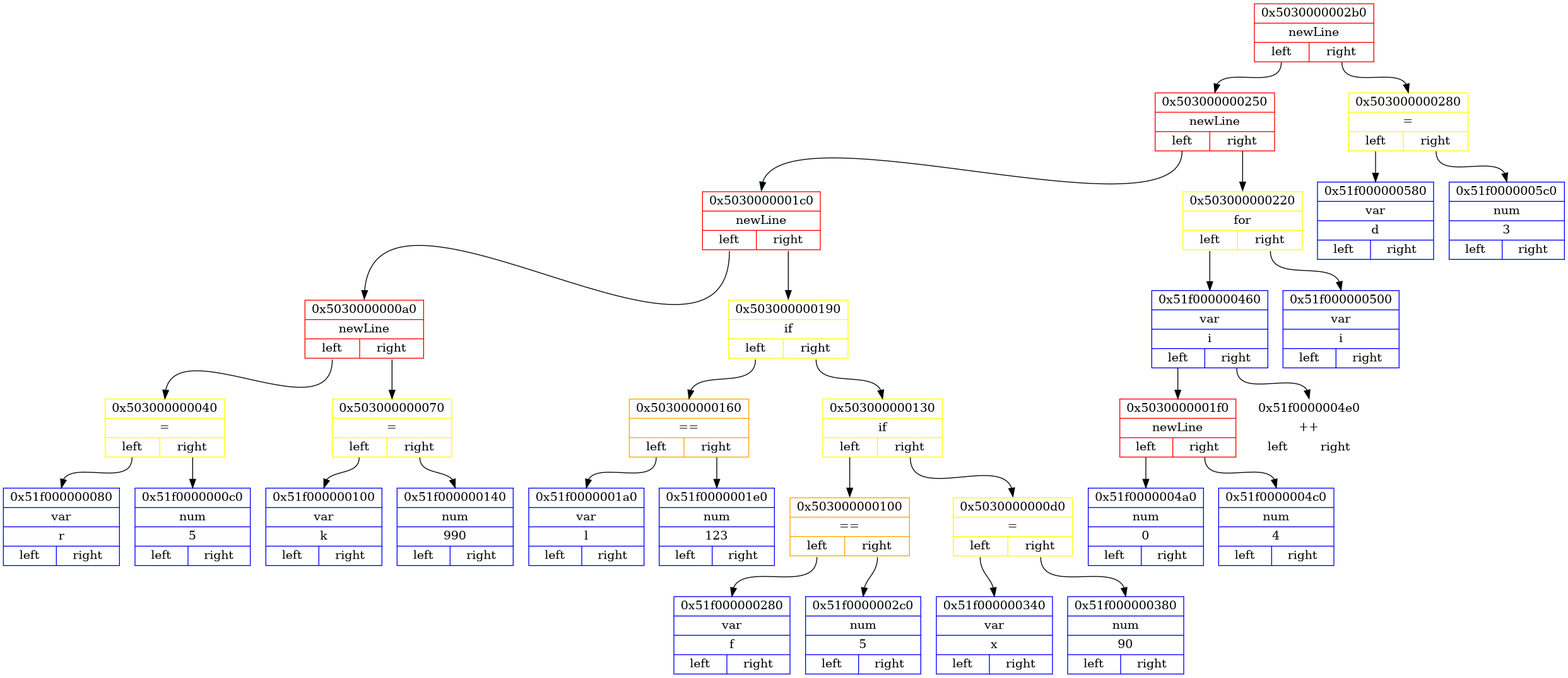
Earlier version of the Graphviz export png_files/predprocessingTree.dot.png (Matvey787/myProgLanguage). Its source is kept beside it as predprocessingTree.dot.
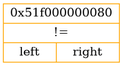
The same diagram one commit later.

The edit, as a diff of the source:
```diff
@@ -2,65 +2,5 @@
 {
 rankdir=HR;
 
-node0x5030000002b0 [ shape=record, color = red rank = 1, label= "{ 0x5030000002b0 | newLine | {<n0x5030000002b0_l> left | <n0x5030000002b0_r> right}} " ];
-node0x503000000250 [ shape=record, color = red rank = 2, label= "{ 0x503000000250 | newLine | {<n0x503000000250_l> left | <n0x503000000250_r> right}} " ];
-node0x5030000001c0 [ shape=record, color = red rank = 3, label= "{ 0x5030000001c0 | newLine | {<n0x5030000001c0_l> left | <n0x5030000001c0_r> right}} " ];
-node0x5030000000a0 [ shape=record, color = red rank = 4, label= "{ 0x5030000000a0 | newLine | {<n0x5030000000a0_l> left | <n0x5030000000a0_r> right}} " ];
-node0x503000000040 [ shape=record, color = yellow rank = 5, label= "{ 0x503000000040 | = | {<n0x503000000040_l> left | <n0x503000000040_r> right}} " ];
-node0x51f000000080 [ shape=record, color = blue rank = 6, label= "{ 0x51f000000080 | var | r | {<n0x51f000000080_l> left | <n0x51f000000080_r> right}} " ];
-node0x503000000040:<n0x503000000040_l>:s -> node0x51f000000080:n [ color = black; ]
-node0x51f0000000c0 [ shape=record, color = blue rank = 7, label= "{ 0x51f0000000c0 | num | 5 | {<n0x51f0000000c0_l> left | <n0x51f0000000c0_r> right}} " ];
-node0x503000000040:<n0x503000000040_r>:s -> node0x51f0000000c0:n [ color = black; ]
-node0x5030000000a0:<n0x5030000000a0_l>:s -> node0x503000000040:n [ color = black; ]
-node0x503000000070 [ shape=record, color = yellow rank = 6, label= "{ 0x503000000070 | = | {<n0x503000000070_l> left | <n0x503000000070_r> right}} " ];
-node0x51f000000100 [ shape=record, color = blue rank = 7, label= "{ 0x51f000000100 | var | k | {<n0x51f000000100_l> left | <n0x51f000000100_r> right}} " ];
-node0x503000000070:<n0x503000000070_l>:s -> node0x51f000000100:n [ color = black; ]
-node0x51f000000140 [ shape=record, color = blue rank = 8, label= "{ 0x51f000000140 | num | 990 | {<n0x51f000000140_l> left | <n0x51f000000140_r> right}} " ];
-node0x503000000070:<n0x503000000070_r>:s -> node0x51f000000140:n [ color = black; ]
-node0x5030000000a0:<n0x5030000000a0_r>:s -> node0x503000000070:n [ color = black; ]
-node0x5030000001c0:<n0x5030000001c0_l>:s -> node0x5030000000a0:n [ color = black; ]
-node0x503000000190 [ shape=record, color = yellow rank = 5, label= "{ 0x503000000190 | if | {<n0x503000000190_l> left | <n0x503000000190_r> right}} " ];
-node0x503000000160 [ shape=record, color = orange rank = 6, label= "{ 0x503000000160 | == | {<n0x503000000160_l> left | <n0x503000000160_r> right}} " ];
-node0x51f0000001a0 [ shape=record, color = blue rank = 7, label= "{ 0x51f0000001a0 | var | l | {<n0x51f0000001a0_l> left | <n0x51f0000001a0_r> right}} " ];
-node0x503000000160:<n0x503000000160_l>:s -> node0x51f0000001a0:n [ color = black; ]
-node0x51f0000001e0 [ shape=record, color = blue rank = 8, label= "{ 0x51f0000001e0 | num | 123 | {<n0x51f0000001e0_l> left | <n0x51f0000001e0_r> right}} " ];
-node0x503000000160:<n0x503000000160_r>:s -> node0x51f0000001e0:n [ color = black; ]
-node0x503000000190:<n0x503000000190_l>:s -> node0x503000000160:n [ color = black; ]
-node0x503000000130 [ shape=record, color = yellow rank = 7, label= "{ 0x503000000130 | if | {<n0x503000000130_l> left | <n0x503000000130_r> right}} " ];
-node0x503000000100 [ shape=record, color = orange rank = 8, label= "{ 0x503000000100 | == | {<n0x503000000100_l> left | <n0x503000000100_r> right}} " ];
-node0x51f000000280 [ shape=record, color = blue rank = 9, label= "{ 0x51f000000280 | var | f | {<n0x51f000000280_l> left | <n0x51f000000280_r> right}} " ];
-node0x503000000100:<n0x503000000100_l>:s -> node0x51f000000280:n [ color = black; ]
-node0x51f0000002c0 [ shape=record, color = blue rank = 10, label= "{ 0x51f0000002c0 | num | 5 | {<n0x51f0000002c0_l> left | <n0x51f0000002c0_r> right}} " ];
-node0x503000000100:<n0x503000000100_r>:s -> node0x51f0000002c0:n [ color = black; ]
-node0x503000000130:<n0x503000000130_l>:s -> node0x503000000100:n [ color = black; ]
-node0x5030000000d0 [ shape=record, color = yellow rank = 9, label= "{ 0x5030000000d0 | = | {<n0x5030000000d0_l> left | <n0x5030000000d0_r> right}} " ];
-node0x51f000000340 [ shape=record, color = blue rank = 10, label= "{ 0x51f000000340 | var | x | {<n0x51f000000340_l> left | <n0x51f000000340_r> right}} " ];
-node0x5030000000d0:<n0x5030000000d0_l>:s -> node0x51f000000340:n [ color = black; ]
-node0x51f000000380 [ shape=record, color = blue rank = 11, label= "{ 0x51f000000380 | num | 90 | {<n0x51f000000380_l> left | <n0x51f000000380_r> right}} " ];
-node0x5030000000d0:<n0x5030000000d0_r>:s -> node0x51f000000380:n [ color = black; ]
-node0x503000000130:<n0x503000000130_r>:s -> node0x5030000000d0:n [ color = black; ]
-node0x503000000190:<n0x503000000190_r>:s -> node0x503000000130:n [ color = black; ]
-node0x5030000001c0:<n0x5030000001c0_r>:s -> node0x503000000190:n [ color = black; ]
-node0x503000000250:<n0x503000000250_l>:s -> node0x5030000001c0:n [ color = black; ]
-node0x503000000220 [ shape=record, color = yellow rank = 4, label= "{ 0x503000000220 | for | {<n0x503000000220_l> left | <n0x503000000220_r> right}} " ];
-node0x51f000000460 [ shape=record, color = blue rank = 5, label= "{ 0x51f000000460 | var | i | {<n0x51f000000460_l> left | <n0x51f000000460_r> right}} " ];
-node0x5030000001f0 [ shape=record, color = red rank = 6, label= "{ 0x5030000001f0 | newLine | {<n0x5030000001f0_l> left | <n0x5030000001f0_r> right}} " ];
-node0x51f0000004a0 [ shape=record, color = blue rank = 7, label= "{ 0x51f0000004a0 | num | 0 | {<n0x51f0000004a0_l> left | <n0x51f0000004a0_r> right}} " ];
-node0x5030000001f0:<n0x5030000001f0_l>:s -> node0x51f0000004a0:n [ color = black; ]
-node0x51f0000004c0 [ shape=record, color = blue rank = 8, label= "{ 0x51f0000004c0 | num | 4 | {<n0x51f0000004c0_l> left | <n0x51f0000004c0_r> right}} " ];
-node0x5030000001f0:<n0x5030000001f0_r>:s -> node0x51f0000004c0:n [ color = black; ]
-node0x51f000000460:<n0x51f000000460_l>:s -> node0x5030000001f0:n [ color = black; ]
-node0x51f0000004e0 [ shape=record, color = white rank = 7, label= "{ 0x51f0000004e0 | ++ | {<n0x51f0000004e0_l> left | <n0x51f0000004e0_r> right}} " ];
-node0x51f000000460:<n0x51f000000460_r>:s -> node0x51f0000004e0:n [ color = black; ]
-node0x503000000220:<n0x503000000220_l>:s -> node0x51f000000460:n [ color = black; ]
-node0x51f000000500 [ shape=record, color = blue rank = 6, label= "{ 0x51f000000500 | var | i | {<n0x51f000000500_l> left | <n0x51f000000500_r> right}} " ];
-node0x503000000220:<n0x503000000220_r>:s -> node0x51f000000500:n [ color = black; ]
-node0x503000000250:<n0x503000000250_r>:s -> node0x503000000220:n [ color = black; ]
-node0x5030000002b0:<n0x5030000002b0_l>:s -> node0x503000000250:n [ color = black; ]
-node0x503000000280 [ shape=record, color = yellow rank = 3, label= "{ 0x503000000280 | = | {<n0x503000000280_l> left | <n0x503000000280_r> right}} " ];
-node0x51f000000580 [ shape=record, color = blue rank = 4, label= "{ 0x51f000000580 | var | d | {<n0x51f000000580_l> left | <n0x51f000000580_r> right}} " ];
-node0x503000000280:<n0x503000000280_l>:s -> node0x51f000000580:n [ color = black; ]
-node0x51f0000005c0 [ shape=record, color = blue rank = 5, label= "{ 0x51f0000005c0 | num | 3 | {<n0x51f0000005c0_l> left | <n0x51f0000005c0_r> right}} " ];
-node0x503000000280:<n0x503000000280_r>:s -> node0x51f0000005c0:n [ color = black; ]
-node0x5030000002b0:<n0x5030000002b0_r>:s -> node0x503000000280:n [ color = black; ]
+node0x51f000000080 [ shape=record, color = orange rank = 1, label= "{ 0x51f000000080 | != | {<n0x51f000000080_l> left | <n0x51f000000080_r> right}} " ];
 }
```
